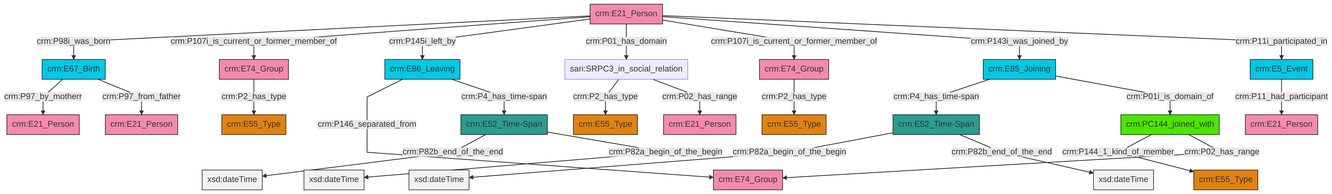
Before: et/personCSV/ttl/mmd/png/Person_Actor_Relations.png, a diagram exported from Mermaid (swiss-art-research-net/docs.swissartresearch). Its source is kept beside it as et/personCSV/ttl/mmd/Person_Actor_Relations.ttl.mmd.
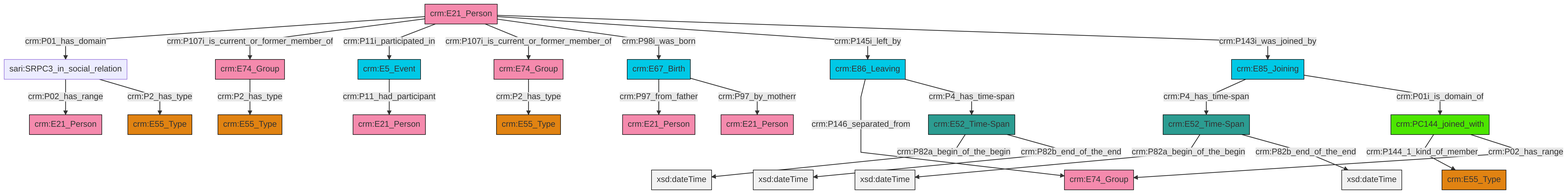
Above is the later version.

Diff of the diagram source:
```diff
@@ -13,27 +13,27 @@
 classDef PC_Classes fill:#4ce600, stroke:#000000;
 classDef Multi fill:#cccccc,stroke:#000000;
 
-0["crm:E52_Time-Span"]:::Time-Span -->|crm:P82a_begin_of_the_begin| 1[xsd:dateTime]:::Literal
-2["crm:PC144_joined_with"]:::PC_Classes -->|crm:P144_1_kind_of_member| 3["crm:E55_Type"]:::Type
-8["crm:E21_Person"]:::Actor -->|crm:P98i_was_born| 4["crm:E67_Birth"]:::Temporal_Entity
-9["crm:E52_Time-Span"]:::Time-Span -->|crm:P82b_end_of_the_end| 10[xsd:dateTime]:::Literal
-8["crm:E21_Person"]:::Actor -->|crm:P107i_is_current_or_former_member_of| 12["crm:E74_Group"]:::Actor
-9["crm:E52_Time-Span"]:::Time-Span -->|crm:P82a_begin_of_the_begin| 13[xsd:dateTime]:::Literal
-12["crm:E74_Group"]:::Actor -->|crm:P2_has_type| 14["crm:E55_Type"]:::Type
-8["crm:E21_Person"]:::Actor -->|crm:P145i_left_by| 15["crm:E86_Leaving"]:::Temporal_Entity
-21["crm:E5_Event"]:::Temporal_Entity -->|crm:P11_had_participant| 19["crm:E21_Person"]:::Actor
-15["crm:E86_Leaving"]:::Temporal_Entity -->|crm:P146_separated_from| 23["crm:E74_Group"]:::Actor
-2["crm:PC144_joined_with"]:::PC_Classes -->|crm:P02_has_range| 23["crm:E74_Group"]:::Actor
-8["crm:E21_Person"]:::Actor -->|crm:P01_has_domain| 24["sari:SRPC3_in_social_relation"]:::Default
-4["crm:E67_Birth"]:::Temporal_Entity -->|crm:P97_by_motherr| 16["crm:E21_Person"]:::Actor
-15["crm:E86_Leaving"]:::Temporal_Entity -->|crm:P4_has_time-span| 9["crm:E52_Time-Span"]:::Time-Span
-31["crm:E74_Group"]:::Actor -->|crm:P2_has_type| 6["crm:E55_Type"]:::Type
-8["crm:E21_Person"]:::Actor -->|crm:P107i_is_current_or_former_member_of| 31["crm:E74_Group"]:::Actor
-24["sari:SRPC3_in_social_relation"]:::Default -->|crm:P2_has_type| 38["crm:E55_Type"]:::Type
-34["crm:E85_Joining"]:::Temporal_Entity -->|crm:P4_has_time-span| 0["crm:E52_Time-Span"]:::Time-Span
-8["crm:E21_Person"]:::Actor -->|crm:P143i_was_joined_by| 34["crm:E85_Joining"]:::Temporal_Entity
-0["crm:E52_Time-Span"]:::Time-Span -->|crm:P82b_end_of_the_end| 42[xsd:dateTime]:::Literal
-8["crm:E21_Person"]:::Actor -->|crm:P11i_participated_in| 21["crm:E5_Event"]:::Temporal_Entity
-4["crm:E67_Birth"]:::Temporal_Entity -->|crm:P97_from_father| 25["crm:E21_Person"]:::Actor
-24["sari:SRPC3_in_social_relation"]:::Default -->|crm:P02_has_range| 28["crm:E21_Person"]:::Actor
-34["crm:E85_Joining"]:::Temporal_Entity -->|crm:P01i_is_domain_of| 2["crm:PC144_joined_with"]:::PC_Classes
+0["crm:E85_Joining"]:::Temporal_Entity -->|crm:P4_has_time-span| 4["crm:E52_Time-Span"]:::Time-Span
+7["crm:E67_Birth"]:::Temporal_Entity -->|crm:P97_from_father| 8["crm:E21_Person"]:::Actor
+12["crm:E21_Person"]:::Actor -->|crm:P01_has_domain| 5["sari:SRPC3_in_social_relation"]:::Default
+15["crm:E5_Event"]:::Temporal_Entity -->|crm:P11_had_participant| 16["crm:E21_Person"]:::Actor
+10["crm:E74_Group"]:::Actor -->|crm:P2_has_type| 17["crm:E55_Type"]:::Type
+4["crm:E52_Time-Span"]:::Time-Span -->|crm:P82a_begin_of_the_begin| 20[xsd:dateTime]:::Literal
+23["crm:E86_Leaving"]:::Temporal_Entity -->|crm:P146_separated_from| 24["crm:E74_Group"]:::Actor
+12["crm:E21_Person"]:::Actor -->|crm:P107i_is_current_or_former_member_of| 25["crm:E74_Group"]:::Actor
+12["crm:E21_Person"]:::Actor -->|crm:P11i_participated_in| 15["crm:E5_Event"]:::Temporal_Entity
+12["crm:E21_Person"]:::Actor -->|crm:P107i_is_current_or_former_member_of| 10["crm:E74_Group"]:::Actor
+12["crm:E21_Person"]:::Actor -->|crm:P98i_was_born| 7["crm:E67_Birth"]:::Temporal_Entity
+5["sari:SRPC3_in_social_relation"]:::Default -->|crm:P02_has_range| 2["crm:E21_Person"]:::Actor
+12["crm:E21_Person"]:::Actor -->|crm:P145i_left_by| 23["crm:E86_Leaving"]:::Temporal_Entity
+23["crm:E86_Leaving"]:::Temporal_Entity -->|crm:P4_has_time-span| 38["crm:E52_Time-Span"]:::Time-Span
+25["crm:E74_Group"]:::Actor -->|crm:P2_has_type| 13["crm:E55_Type"]:::Type
+0["crm:E85_Joining"]:::Temporal_Entity -->|crm:P01i_is_domain_of| 32["crm:PC144_joined_with"]:::PC_Classes
+5["sari:SRPC3_in_social_relation"]:::Default -->|crm:P2_has_type| 36["crm:E55_Type"]:::Type
+38["crm:E52_Time-Span"]:::Time-Span -->|crm:P82a_begin_of_the_begin| 41[xsd:dateTime]:::Literal
+38["crm:E52_Time-Span"]:::Time-Span -->|crm:P82b_end_of_the_end| 43[xsd:dateTime]:::Literal
+4["crm:E52_Time-Span"]:::Time-Span -->|crm:P82b_end_of_the_end| 44[xsd:dateTime]:::Literal
+7["crm:E67_Birth"]:::Temporal_Entity -->|crm:P97_by_motherr| 39["crm:E21_Person"]:::Actor
+12["crm:E21_Person"]:::Actor -->|crm:P143i_was_joined_by| 0["crm:E85_Joining"]:::Temporal_Entity
+32["crm:PC144_joined_with"]:::PC_Classes -->|crm:P144_1_kind_of_member| 18["crm:E55_Type"]:::Type
+32["crm:PC144_joined_with"]:::PC_Classes -->|crm:P02_has_range| 24["crm:E74_Group"]:::Actor
```
